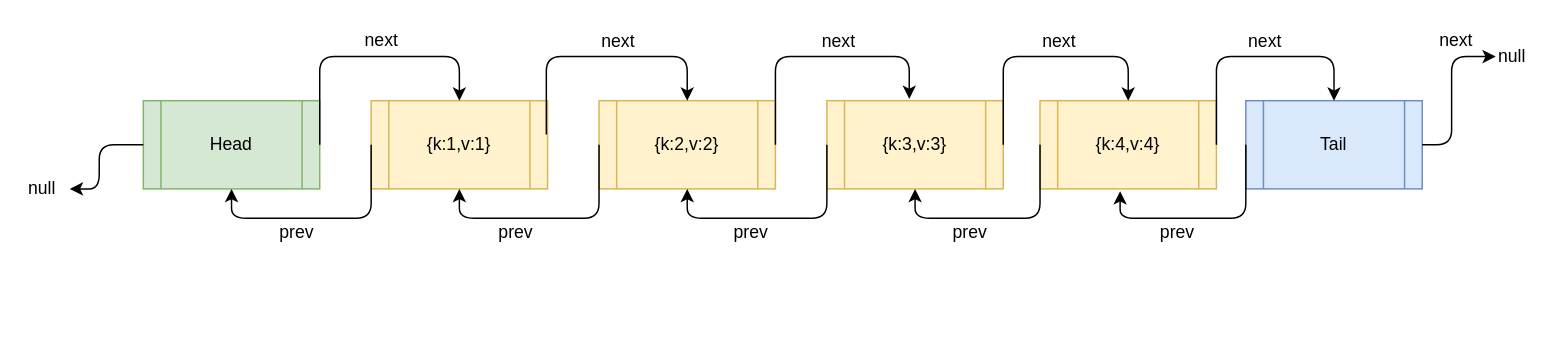
The draw.io diagram LRU.drawio in lxfriday/files-store, before the edit. Source tidied: cells renumbered, new cells numbered last; positions are measured from the earlier drawing's top-left corner, leaving out a move shared by most shapes. Both pictures are drawn from the tidied source at 147%, with x=0, y=0 at pixel (-79, -121).
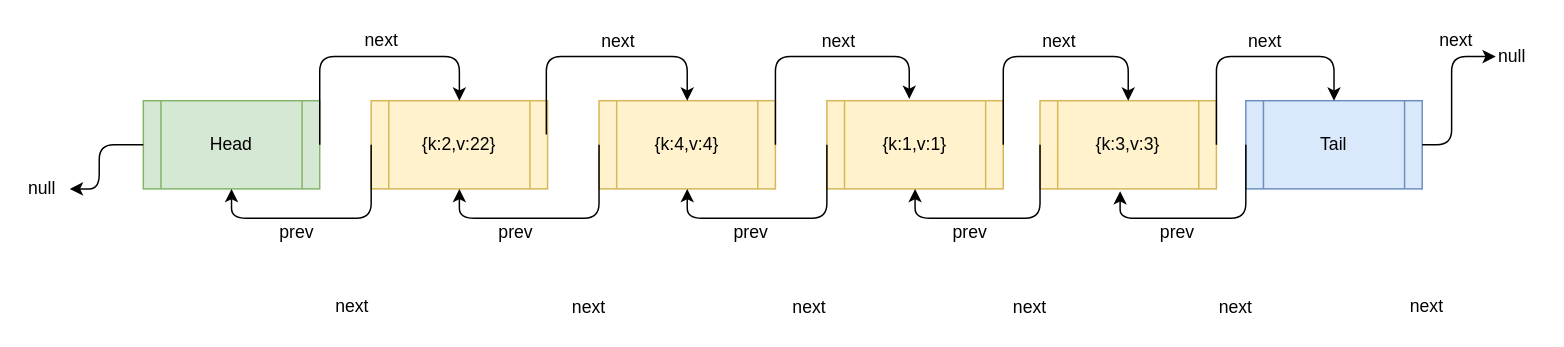
Above is the later version.

The edit, as a diff of the source:
```diff
@@
-    <mxCell id="2" value="{k:1,v:1}" style="shape=process;whiteSpace=wrap;html=1;backgroundOutline=1;fillColor=#fff2cc;strokeColor=#d6b656;" parent="1" vertex="1">
+    <mxCell id="2" value="{k:2,v:22}" style="shape=process;whiteSpace=wrap;html=1;backgroundOutline=1;fillColor=#fff2cc;strokeColor=#d6b656;" parent="1" vertex="1">
       <mxGeometry x="306" y="150" width="120" height="60" as="geometry" />
     </mxCell>
@@
-    <mxCell id="4" value="{k:2,v:2}" style="shape=process;whiteSpace=wrap;html=1;backgroundOutline=1;fillColor=#fff2cc;strokeColor=#d6b656;" parent="1" vertex="1">
+    <mxCell id="4" value="{k:4,v:4}" style="shape=process;whiteSpace=wrap;html=1;backgroundOutline=1;fillColor=#fff2cc;strokeColor=#d6b656;" parent="1" vertex="1">
       <mxGeometry x="461" y="150" width="120" height="60" as="geometry" />
     </mxCell>
-    <mxCell id="5" value="{k:3,v:3}" style="shape=process;whiteSpace=wrap;html=1;backgroundOutline=1;fillColor=#fff2cc;strokeColor=#d6b656;" parent="1" vertex="1">
+    <mxCell id="5" value="{k:1,v:1}" style="shape=process;whiteSpace=wrap;html=1;backgroundOutline=1;fillColor=#fff2cc;strokeColor=#d6b656;" parent="1" vertex="1">
       <mxGeometry x="616" y="150" width="120" height="60" as="geometry" />
     </mxCell>
-    <mxCell id="6" value="{k:4,v:4}" style="shape=process;whiteSpace=wrap;html=1;backgroundOutline=1;fillColor=#fff2cc;strokeColor=#d6b656;" parent="1" vertex="1">
+    <mxCell id="6" value="{k:3,v:3}" style="shape=process;whiteSpace=wrap;html=1;backgroundOutline=1;fillColor=#fff2cc;strokeColor=#d6b656;" parent="1" vertex="1">
       <mxGeometry x="761" y="150" width="120" height="60" as="geometry" />
     </mxCell>
@@
+    <mxCell id="33" value="next" style="text;html=1;align=left;verticalAlign=top;spacingTop=-4;" parent="1" vertex="1">
+      <mxGeometry x="280" y="280" width="40" height="20" as="geometry" />
+    </mxCell>
+    <mxCell id="34" value="next" style="text;html=1;align=left;verticalAlign=top;spacingTop=-4;" parent="1" vertex="1">
+      <mxGeometry x="441" y="281" width="40" height="20" as="geometry" />
+    </mxCell>
+    <mxCell id="35" value="next" style="text;html=1;align=left;verticalAlign=top;spacingTop=-4;" parent="1" vertex="1">
+      <mxGeometry x="591" y="281" width="40" height="20" as="geometry" />
+    </mxCell>
+    <mxCell id="36" value="next" style="text;html=1;align=left;verticalAlign=top;spacingTop=-4;" parent="1" vertex="1">
+      <mxGeometry x="741" y="281" width="40" height="20" as="geometry" />
+    </mxCell>
+    <mxCell id="37" value="next" style="text;html=1;align=left;verticalAlign=top;spacingTop=-4;" parent="1" vertex="1">
+      <mxGeometry x="881" y="281" width="40" height="20" as="geometry" />
+    </mxCell>
+    <mxCell id="38" value="next" style="text;html=1;align=left;verticalAlign=top;spacingTop=-4;" parent="1" vertex="1">
+      <mxGeometry x="1011" y="280" width="40" height="20" as="geometry" />
+    </mxCell>
```
